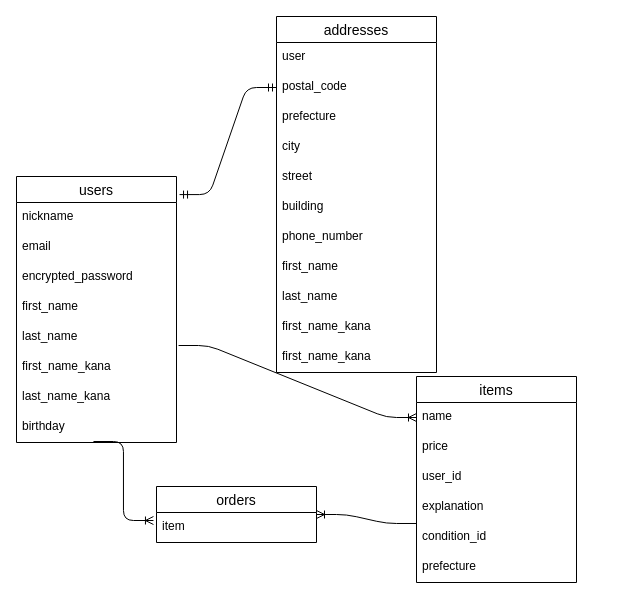
Earlier version of the draw.io diagram app/views/ER.dio (shogo-ohya/furima-39501). Source tidied: cells renumbered, new cells numbered last; positions are measured from the earlier drawing's top-left corner, leaving out a move shared by most shapes. Both pictures are drawn from the tidied source at 100%, with x=0, y=0 at pixel (16, 16).
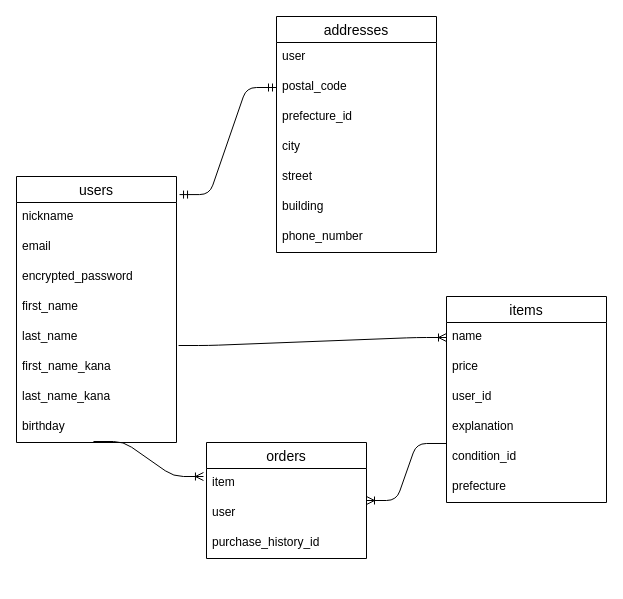
The same diagram, later.

Diff of the diagram source:
```diff
@@
     <mxCell id="11" value="items" style="swimlane;fontStyle=0;horizontal=1;startSize=26;align=center;fontSize=14;strokeColor=default;" parent="1" vertex="1">
-      <mxGeometry x="400" y="360" width="160" height="206" as="geometry" />
+      <mxGeometry x="430" y="280" width="160" height="206" as="geometry" />
     </mxCell>
@@
     <mxCell id="19" value="orders" style="swimlane;fontStyle=0;horizontal=1;startSize=26;align=center;fontSize=14;strokeColor=default;" parent="1" vertex="1">
-      <mxGeometry x="140" y="470" width="160" height="56" as="geometry" />
+      <mxGeometry x="190" y="426" width="160" height="116" as="geometry" />
     </mxCell>
@@
+    <mxCell id="36" value="user" style="text;strokeColor=none;fillColor=none;spacingLeft=4;spacingRight=4;overflow=hidden;fontSize=12;" parent="19" vertex="1">
+      <mxGeometry y="56" width="160" height="30" as="geometry" />
+    </mxCell>
+    <mxCell id="37" value="purchase_history_id" style="text;strokeColor=none;fillColor=none;spacingLeft=4;spacingRight=4;overflow=hidden;fontSize=12;" parent="19" vertex="1">
+      <mxGeometry y="86" width="160" height="30" as="geometry" />
+    </mxCell>
@@
     <mxCell id="23" value="addresses" style="swimlane;fontStyle=0;horizontal=1;startSize=26;align=center;fontSize=14;" parent="1" vertex="1">
-      <mxGeometry x="260" width="160" height="356" as="geometry" />
+      <mxGeometry x="260" width="160" height="236" as="geometry" />
     </mxCell>
@@
-    <mxCell id="26" value="prefecture" style="text;strokeColor=none;fillColor=none;spacingLeft=4;spacingRight=4;overflow=hidden;fontSize=12;" parent="23" vertex="1">
+    <mxCell id="26" value="prefecture_id" style="text;strokeColor=none;fillColor=none;spacingLeft=4;spacingRight=4;overflow=hidden;fontSize=12;" parent="23" vertex="1">
       <mxGeometry y="86" width="160" height="30" as="geometry" />
     </mxCell>
@@
-    <mxCell id="31" value="first_name" style="text;strokeColor=none;fillColor=none;spacingLeft=4;spacingRight=4;overflow=hidden;fontSize=12;" parent="23" vertex="1">
-      <mxGeometry y="236" width="160" height="30" as="geometry" />
-    </mxCell>
-    <mxCell id="32" value="last_name" style="text;strokeColor=none;fillColor=none;spacingLeft=4;spacingRight=4;overflow=hidden;fontSize=12;" parent="23" vertex="1">
-      <mxGeometry y="266" width="160" height="30" as="geometry" />
-    </mxCell>
-    <mxCell id="33" value="first_name_kana" style="text;strokeColor=none;fillColor=none;spacingLeft=4;spacingRight=4;overflow=hidden;fontSize=12;" parent="23" vertex="1">
-      <mxGeometry y="296" width="160" height="30" as="geometry" />
-    </mxCell>
-    <mxCell id="34" value="first_name_kana" style="text;strokeColor=none;fillColor=none;spacingLeft=4;spacingRight=4;overflow=hidden;fontSize=12;" parent="23" vertex="1">
-      <mxGeometry y="326" width="160" height="30" as="geometry" />
-    </mxCell>
```
